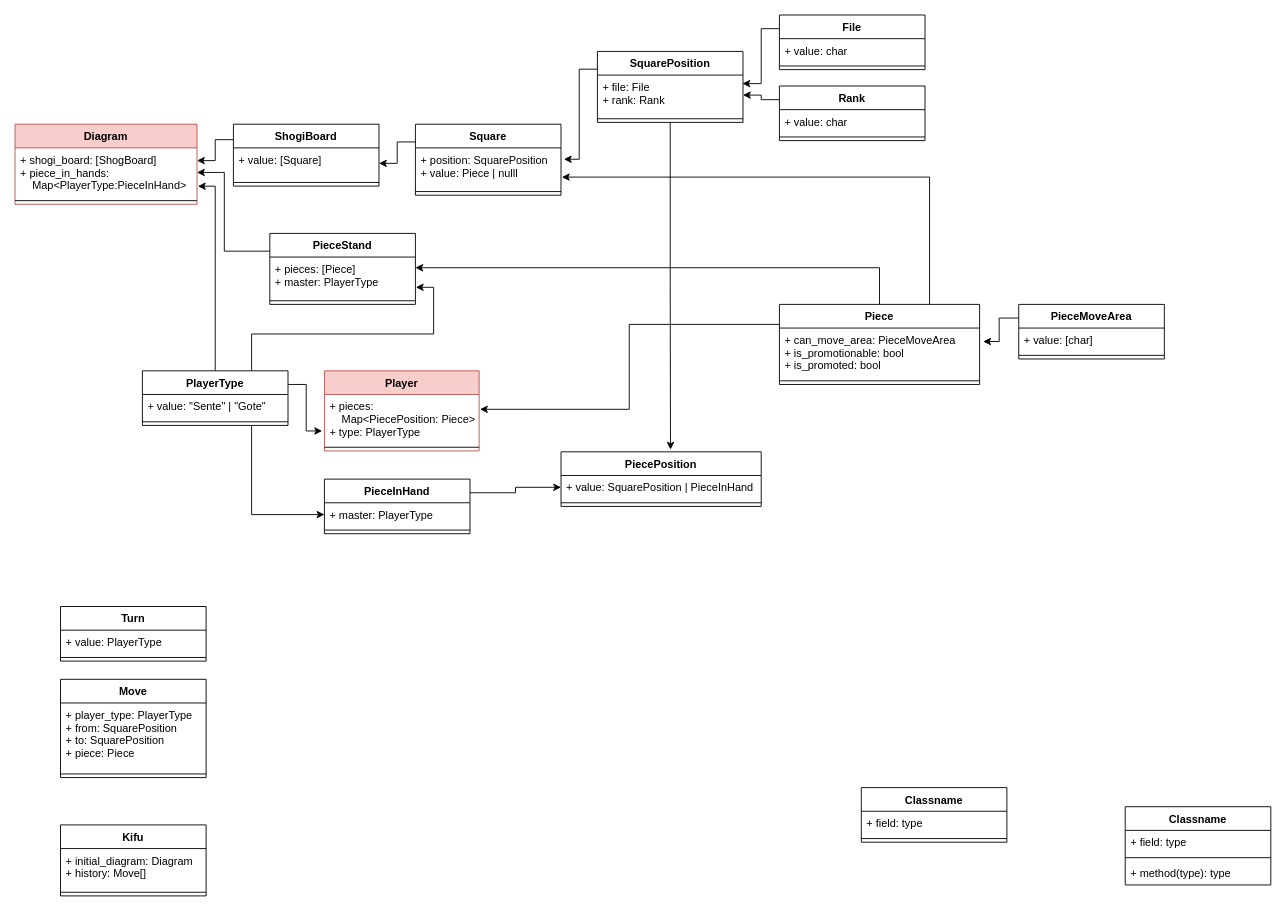
Earlier version of the draw.io diagram page "クラス図" (4 of 5) of システム関連図.drawio (HaruyaFujimoto/ts-shogi-docs). Source tidied: cells renumbered, new cells numbered last; positions are measured from the earlier drawing's top-left corner, leaving out a move shared by most shapes. Both pictures are drawn from the tidied source at 91%, with x=0, y=0 at pixel (15, 15).
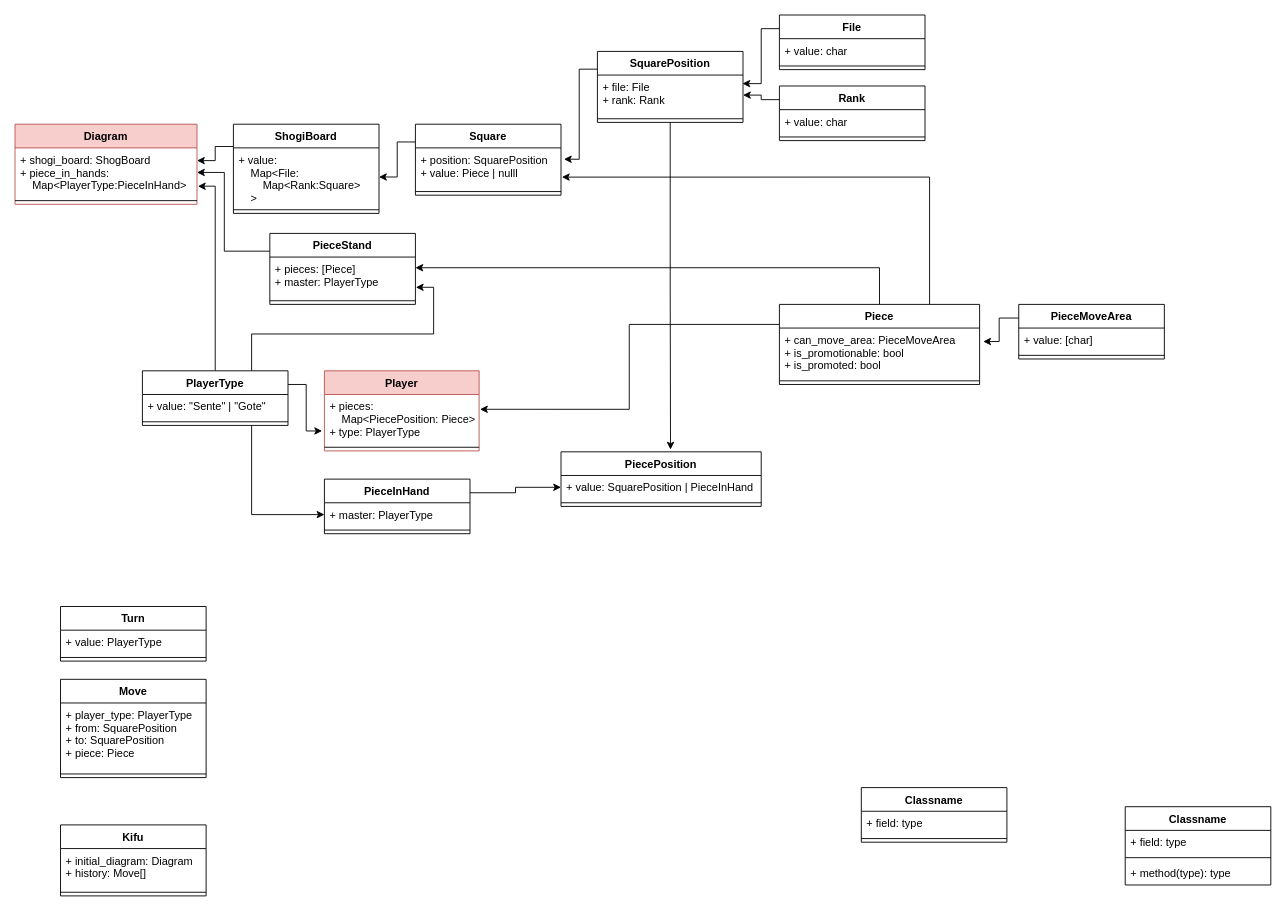
After the change.

Commit message:
Update システム関連図.drawio

The change refers to these unchanged cells:
```xml
<mxCell id="60" value="Diagram" style="swimlane;fontStyle=1;align=center;verticalAlign=top;horizontal=1;startSize=26;fillColor=#f8cecc;strokeColor=#b85450;" parent="1" vertex="1">
  <mxGeometry y="120" width="200" height="88" as="geometry" />
</mxCell>
```

The edit, as a diff of the source:
```diff
@@
     <mxCell id="9" value="ShogiBoard" style="swimlane;fontStyle=1;align=center;verticalAlign=top;horizontal=1;startSize=26;" parent="1" vertex="1">
-      <mxGeometry x="240" y="120" width="160" height="68" as="geometry" />
+      <mxGeometry x="240" y="120" width="160" height="98" as="geometry" />
     </mxCell>
-    <mxCell id="10" value="+ value: [Square]" style="text;strokeColor=none;fillColor=none;align=left;verticalAlign=top;spacingLeft=4;spacingRight=4;overflow=hidden;points=[[0,0.5],[1,0.5]];portConstraint=eastwest;" parent="9" vertex="1">
-      <mxGeometry y="26" width="160" height="34" as="geometry" />
+    <mxCell id="10" value="+ value: &#10;    Map&lt;File:&#10;        Map&lt;Rank:Square&gt;&#10;    &gt;" style="text;strokeColor=none;fillColor=none;align=left;verticalAlign=top;spacingLeft=4;spacingRight=4;overflow=hidden;points=[[0,0.5],[1,0.5]];portConstraint=eastwest;" parent="9" vertex="1">
+      <mxGeometry y="26" width="160" height="64" as="geometry" />
     </mxCell>
     <mxCell id="11" style="line;strokeWidth=1;fillColor=none;align=left;verticalAlign=middle;spacingTop=-1;spacingLeft=3;spacingRight=3;labelPosition=right;" parent="9" vertex="1">
-      <mxGeometry y="60" width="160" height="8" as="geometry" />
+      <mxGeometry y="90" width="160" height="8" as="geometry" />
     </mxCell>
@@
-    <mxCell id="61" value="+ shogi_board: [ShogBoard]&#10;+ piece_in_hands:&#10;    Map&lt;PlayerType:PieceInHand&gt;" style="text;strokeColor=none;fillColor=none;align=left;verticalAlign=top;spacingLeft=4;spacingRight=4;overflow=hidden;points=[[0,0.5],[1,0.5]];portConstraint=eastwest;" parent="60" vertex="1">
+    <mxCell id="61" value="+ shogi_board: ShogBoard&#10;+ piece_in_hands:&#10;    Map&lt;PlayerType:PieceInHand&gt;" style="text;strokeColor=none;fillColor=none;align=left;verticalAlign=top;spacingLeft=4;spacingRight=4;overflow=hidden;points=[[0,0.5],[1,0.5]];portConstraint=eastwest;" parent="60" vertex="1">
       <mxGeometry y="26" width="200" height="54" as="geometry" />
     </mxCell>
```
